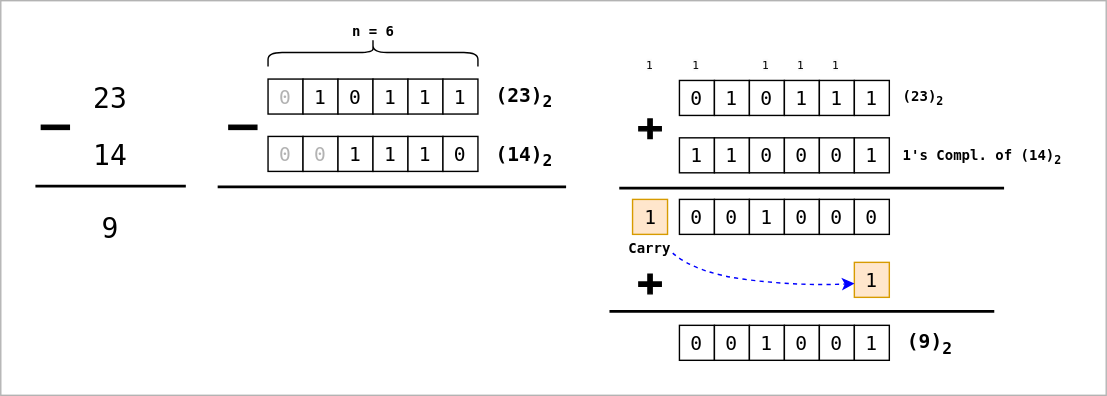
Above: public/diagrams/subtraction-one-complement.svg in datkumar/code-journal (draw.io), before the change. Source tidied: cells renumbered, new cells last; positions are measured from the earlier drawing's top-left corner, leaving out a move shared by most shapes.
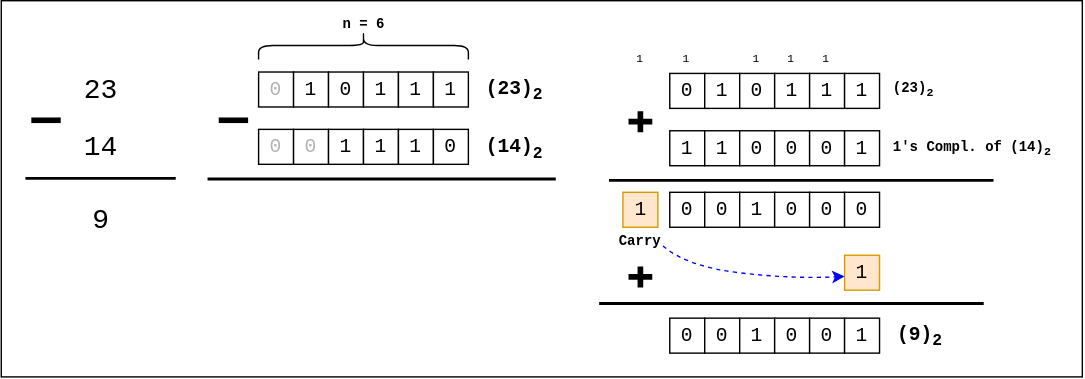
The same diagram one commit later.

Diff of the diagram source:
```diff
@@ -2,8 +2,8 @@
   <root>
     <mxCell id="0" />
     <mxCell id="1" parent="0" />
-    <mxCell id="2" style="rounded=0;whiteSpace=wrap;html=1;strokeColor=light-dark(#B3B3B3,#B3B3B3);fillStyle=solid;fillColor=light-dark(#FFFFFF,#FFFFFF);fontFamily=monospace;fontColor=light-dark(#000000,#000000);" parent="1" vertex="1">
-      <mxGeometry width="790" height="282" as="geometry" />
+    <mxCell id="2" style="rounded=0;whiteSpace=wrap;html=1;strokeColor=light-dark(#000000,#000000);fillStyle=solid;fillColor=light-dark(#FFFFFF,#FFFFFF);fontFamily=monospace;fontColor=light-dark(#000000,#000000);" parent="1" vertex="1">
+      <mxGeometry x="7" y="5" width="773" height="269" as="geometry" />
     </mxCell>
     <mxCell id="3" value="0" style="whiteSpace=wrap;html=1;strokeColor=light-dark(#000000,#000000);fontFamily=monospace;fontColor=light-dark(#B3B3B3,#B3B3B3);fillStyle=solid;fillColor=light-dark(#FFFFFF,#FFFFFF);fontSize=14;" parent="1" vertex="1">
       <mxGeometry x="191" y="56" width="25" height="25" as="geometry" />
@@ -128,7 +128,7 @@
     <mxCell id="40" value="&lt;span style=&quot;font-style: normal; font-variant-ligatures: normal; font-variant-caps: normal; letter-spacing: normal; orphans: 2; text-indent: 0px; text-transform: none; widows: 2; word-spacing: 0px; -webkit-text-stroke-width: 0px; white-space: normal; text-decoration-thickness: initial; text-decoration-style: initial; text-decoration-color: initial; float: none; display: inline !important;&quot;&gt;1's Compl. of (14)&lt;sub&gt;2&lt;/sub&gt;&lt;/span&gt;" style="text;whiteSpace=wrap;html=1;align=left;verticalAlign=middle;fontFamily=monospace;labelBackgroundColor=none;fontColor=light-dark(#000000,#000000);fontSize=10;fontStyle=1;" parent="1" vertex="1">
       <mxGeometry x="643" y="98" width="119.5" height="25" as="geometry" />
     </mxCell>
-    <mxCell id="41" style="shape=cross;whiteSpace=wrap;html=1;size=0.2178509424603265;fillStyle=solid;fillColor=light-dark(#000000,#000000);" parent="1" vertex="1">
+    <mxCell id="41" style="shape=cross;whiteSpace=wrap;html=1;size=0.2178509424603265;fillStyle=solid;fillColor=light-dark(#000000,#000000);fontFamily=monospace;" parent="1" vertex="1">
       <mxGeometry x="456" y="84.5" width="16" height="14" as="geometry" />
     </mxCell>
     <mxCell id="42" value="&lt;span style=&quot;color: rgb(0, 0, 0);&quot;&gt;0&lt;/span&gt;" style="whiteSpace=wrap;html=1;strokeColor=light-dark(#000000,#000000);fontFamily=monospace;fontColor=light-dark(#B3B3B3,#B3B3B3);fillStyle=solid;fillColor=light-dark(#FFFFFF,#FFFFFF);fontSize=14;" parent="1" vertex="1">
@@ -149,16 +149,16 @@
     <mxCell id="47" value="0" style="whiteSpace=wrap;html=1;strokeColor=light-dark(#000000,#000000);fontFamily=monospace;fontColor=light-dark(#000000,#000000);fillStyle=solid;fillColor=light-dark(#FFFFFF,#FFFFFF);fontSize=14;" parent="1" vertex="1">
       <mxGeometry x="610" y="142" width="25" height="25" as="geometry" />
     </mxCell>
-    <mxCell id="48" value="&lt;span style=&quot;color: rgb(0, 0, 0); font-family: &amp;quot;monospace&amp;quot;; font-style: normal; font-variant-ligatures: normal; font-variant-caps: normal; font-weight: 400; letter-spacing: normal; orphans: 2; text-indent: 0px; text-transform: none; widows: 2; word-spacing: 0px; -webkit-text-stroke-width: 0px; white-space: normal; background-color: rgb(251, 251, 251); text-decoration-thickness: initial; text-decoration-style: initial; text-decoration-color: initial; float: none; display: inline !important;&quot;&gt;1&lt;/span&gt;" style="text;whiteSpace=wrap;html=1;fontSize=8;verticalAlign=middle;align=center;" parent="1" vertex="1">
+    <mxCell id="48" value="&lt;span style=&quot;color: rgb(0, 0, 0); font-style: normal; font-variant-ligatures: normal; font-variant-caps: normal; font-weight: 400; letter-spacing: normal; orphans: 2; text-indent: 0px; text-transform: none; widows: 2; word-spacing: 0px; -webkit-text-stroke-width: 0px; white-space: normal; background-color: rgb(251, 251, 251); text-decoration-thickness: initial; text-decoration-style: initial; text-decoration-color: initial; float: none; display: inline !important;&quot;&gt;1&lt;/span&gt;" style="text;whiteSpace=wrap;html=1;fontSize=8;verticalAlign=middle;align=center;fontFamily=monospace;" parent="1" vertex="1">
       <mxGeometry x="588.4" y="38" width="18.3" height="15.4" as="geometry" />
     </mxCell>
-    <mxCell id="49" value="&lt;span style=&quot;color: rgb(0, 0, 0); font-family: &amp;quot;monospace&amp;quot;; font-style: normal; font-variant-ligatures: normal; font-variant-caps: normal; font-weight: 400; letter-spacing: normal; orphans: 2; text-indent: 0px; text-transform: none; widows: 2; word-spacing: 0px; -webkit-text-stroke-width: 0px; white-space: normal; background-color: rgb(251, 251, 251); text-decoration-thickness: initial; text-decoration-style: initial; text-decoration-color: initial; float: none; display: inline !important;&quot;&gt;1&lt;/span&gt;" style="text;whiteSpace=wrap;html=1;fontSize=8;verticalAlign=middle;align=center;" parent="1" vertex="1">
+    <mxCell id="49" value="&lt;span style=&quot;color: rgb(0, 0, 0); font-style: normal; font-variant-ligatures: normal; font-variant-caps: normal; font-weight: 400; letter-spacing: normal; orphans: 2; text-indent: 0px; text-transform: none; widows: 2; word-spacing: 0px; -webkit-text-stroke-width: 0px; white-space: normal; background-color: rgb(251, 251, 251); text-decoration-thickness: initial; text-decoration-style: initial; text-decoration-color: initial; float: none; display: inline !important;&quot;&gt;1&lt;/span&gt;" style="text;whiteSpace=wrap;html=1;fontSize=8;verticalAlign=middle;align=center;fontFamily=monospace;" parent="1" vertex="1">
       <mxGeometry x="563.4" y="38" width="18.3" height="15.4" as="geometry" />
     </mxCell>
-    <mxCell id="50" value="&lt;span style=&quot;color: rgb(0, 0, 0); font-family: &amp;quot;monospace&amp;quot;; font-style: normal; font-variant-ligatures: normal; font-variant-caps: normal; font-weight: 400; letter-spacing: normal; orphans: 2; text-indent: 0px; text-transform: none; widows: 2; word-spacing: 0px; -webkit-text-stroke-width: 0px; white-space: normal; background-color: rgb(251, 251, 251); text-decoration-thickness: initial; text-decoration-style: initial; text-decoration-color: initial; float: none; display: inline !important;&quot;&gt;1&lt;/span&gt;" style="text;whiteSpace=wrap;html=1;fontSize=8;verticalAlign=middle;align=center;" parent="1" vertex="1">
+    <mxCell id="50" value="&lt;span style=&quot;color: rgb(0, 0, 0); font-style: normal; font-variant-ligatures: normal; font-variant-caps: normal; font-weight: 400; letter-spacing: normal; orphans: 2; text-indent: 0px; text-transform: none; widows: 2; word-spacing: 0px; -webkit-text-stroke-width: 0px; white-space: normal; background-color: rgb(251, 251, 251); text-decoration-thickness: initial; text-decoration-style: initial; text-decoration-color: initial; float: none; display: inline !important;&quot;&gt;1&lt;/span&gt;" style="text;whiteSpace=wrap;html=1;fontSize=8;verticalAlign=middle;align=center;fontFamily=monospace;" parent="1" vertex="1">
       <mxGeometry x="538.4" y="38" width="18.3" height="15.4" as="geometry" />
     </mxCell>
-    <mxCell id="51" value="&lt;span style=&quot;color: rgb(0, 0, 0); font-family: &amp;quot;monospace&amp;quot;; font-style: normal; font-variant-ligatures: normal; font-variant-caps: normal; font-weight: 400; letter-spacing: normal; orphans: 2; text-indent: 0px; text-transform: none; widows: 2; word-spacing: 0px; -webkit-text-stroke-width: 0px; white-space: normal; background-color: rgb(251, 251, 251); text-decoration-thickness: initial; text-decoration-style: initial; text-decoration-color: initial; float: none; display: inline !important;&quot;&gt;1&lt;/span&gt;" style="text;whiteSpace=wrap;html=1;fontSize=8;verticalAlign=middle;align=center;" parent="1" vertex="1">
+    <mxCell id="51" value="&lt;span style=&quot;color: rgb(0, 0, 0); font-style: normal; font-variant-ligatures: normal; font-variant-caps: normal; font-weight: 400; letter-spacing: normal; orphans: 2; text-indent: 0px; text-transform: none; widows: 2; word-spacing: 0px; -webkit-text-stroke-width: 0px; white-space: normal; background-color: rgb(251, 251, 251); text-decoration-thickness: initial; text-decoration-style: initial; text-decoration-color: initial; float: none; display: inline !important;&quot;&gt;1&lt;/span&gt;" style="text;whiteSpace=wrap;html=1;fontSize=8;verticalAlign=middle;align=center;fontFamily=monospace;" parent="1" vertex="1">
       <mxGeometry x="488.4" y="38" width="18.3" height="15.4" as="geometry" />
     </mxCell>
     <mxCell id="52" value="&lt;span style=&quot;color: rgb(0, 0, 0);&quot;&gt;1&lt;/span&gt;" style="whiteSpace=wrap;html=1;strokeColor=#d79b00;fontFamily=monospace;fillStyle=solid;fillColor=#ffe6cc;fontSize=14;" parent="1" vertex="1">
@@ -170,7 +170,7 @@
     <mxCell id="54" value="&lt;span style=&quot;color: rgb(0, 0, 0);&quot;&gt;1&lt;/span&gt;" style="whiteSpace=wrap;html=1;strokeColor=#d79b00;fontFamily=monospace;fillStyle=solid;fillColor=#ffe6cc;fontSize=14;" parent="1" vertex="1">
       <mxGeometry x="610" y="187" width="25" height="25" as="geometry" />
     </mxCell>
-    <mxCell id="55" style="shape=cross;whiteSpace=wrap;html=1;size=0.2178509424603265;fillStyle=solid;fillColor=light-dark(#000000,#000000);" parent="1" vertex="1">
+    <mxCell id="55" style="shape=cross;whiteSpace=wrap;html=1;size=0.2178509424603265;fillStyle=solid;fillColor=light-dark(#000000,#000000);fontFamily=monospace;" parent="1" vertex="1">
       <mxGeometry x="456" y="195.5" width="16" height="14" as="geometry" />
     </mxCell>
     <mxCell id="56" style="endArrow=none;html=1;rounded=0;strokeWidth=2;fontColor=light-dark(#000000,#000000);fontFamily=monospace;strokeColor=light-dark(#000000,#000000);" parent="1" edge="1">
@@ -200,7 +200,7 @@
     <mxCell id="63" value="&lt;span style=&quot;font-style: normal; font-variant-ligatures: normal; font-variant-caps: normal; letter-spacing: normal; orphans: 2; text-indent: 0px; text-transform: none; widows: 2; word-spacing: 0px; -webkit-text-stroke-width: 0px; white-space: normal; text-decoration-thickness: initial; text-decoration-style: initial; text-decoration-color: initial; float: none; display: inline !important;&quot;&gt;(14)&lt;sub&gt;2&lt;/sub&gt;&lt;/span&gt;" style="text;whiteSpace=wrap;html=1;align=left;verticalAlign=middle;fontFamily=monospace;labelBackgroundColor=none;fontColor=light-dark(#000000,#000000);fontSize=14;fontStyle=1;" parent="1" vertex="1">
       <mxGeometry x="351.5" y="98.5" width="47" height="25" as="geometry" />
     </mxCell>
-    <mxCell id="64" style="curved=1;endArrow=classic;html=1;rounded=0;entryX=0.004;entryY=0.605;entryDx=0;entryDy=0;exitX=0.932;exitY=0.67;exitDx=0;exitDy=0;exitPerimeter=0;entryPerimeter=0;strokeColor=light-dark(#0000FF,#0000FF);dashed=1;" parent="1" edge="1" source="53" target="54">
+    <mxCell id="64" style="curved=1;endArrow=classic;html=1;rounded=0;entryX=0.004;entryY=0.605;entryDx=0;entryDy=0;exitX=0.932;exitY=0.67;exitDx=0;exitDy=0;exitPerimeter=0;entryPerimeter=0;strokeColor=light-dark(#0000FF,#0000FF);dashed=1;fontFamily=monospace;" parent="1" edge="1" source="53" target="54">
       <mxGeometry relative="1" as="geometry">
         <Array as="points">
           <mxPoint x="497" y="195" />
@@ -208,7 +208,7 @@
         </Array>
       </mxGeometry>
     </mxCell>
-    <mxCell id="65" value="&lt;span style=&quot;color: rgb(0, 0, 0); font-family: &amp;quot;monospace&amp;quot;; font-style: normal; font-variant-ligatures: normal; font-variant-caps: normal; font-weight: 400; letter-spacing: normal; orphans: 2; text-indent: 0px; text-transform: none; widows: 2; word-spacing: 0px; -webkit-text-stroke-width: 0px; white-space: normal; background-color: rgb(251, 251, 251); text-decoration-thickness: initial; text-decoration-style: initial; text-decoration-color: initial; float: none; display: inline !important;&quot;&gt;1&lt;/span&gt;" style="text;whiteSpace=wrap;html=1;fontSize=8;verticalAlign=middle;align=center;" parent="1" vertex="1">
+    <mxCell id="65" value="&lt;span style=&quot;color: rgb(0, 0, 0); font-style: normal; font-variant-ligatures: normal; font-variant-caps: normal; font-weight: 400; letter-spacing: normal; orphans: 2; text-indent: 0px; text-transform: none; widows: 2; word-spacing: 0px; -webkit-text-stroke-width: 0px; white-space: normal; background-color: rgb(251, 251, 251); text-decoration-thickness: initial; text-decoration-style: initial; text-decoration-color: initial; float: none; display: inline !important;&quot;&gt;1&lt;/span&gt;" style="text;whiteSpace=wrap;html=1;fontSize=8;verticalAlign=middle;align=center;fontFamily=monospace;" parent="1" vertex="1">
       <mxGeometry x="454.9" y="38" width="18.3" height="15.4" as="geometry" />
     </mxCell>
   </root>
```
